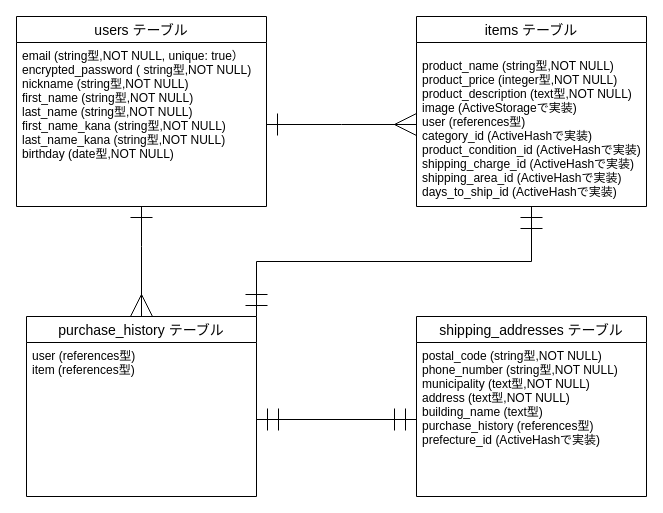
The draw.io diagram .dio in YamadaMasao-3d/furima-32042, before the edit. Source tidied: cells renumbered, new cells numbered last; positions are measured from the earlier drawing's top-left corner, leaving out a move shared by most shapes. Both pictures are drawn from the tidied source at 100%, with x=0, y=0 at pixel (16, 16).
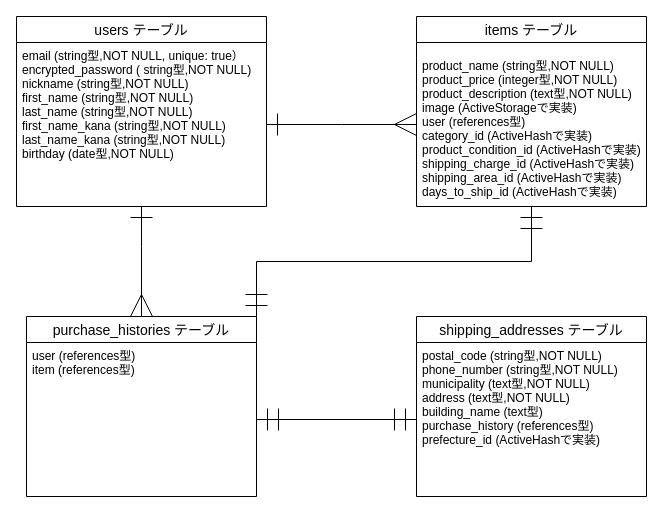
The same page after the edit.

Change to the diagram source:
```diff
@@
 <mxGraphModel>
   <root>
     <mxCell id="0" />
     <mxCell id="1" parent="0" />
     <mxCell id="2" style="edgeStyle=orthogonalEdgeStyle;rounded=0;jettySize=auto;html=1;exitX=0.5;exitY=1;exitDx=0;exitDy=0;entryX=0.5;entryY=0;entryDx=0;entryDy=0;startArrow=ERone;startFill=0;startSize=20;endArrow=ERmany;endFill=0;endSize=20;strokeWidth=1;" parent="1" edge="1" source="10" target="5">
       <mxGeometry relative="1" as="geometry">
         <Array as="points">
           <mxPoint x="125" y="230" />
           <mxPoint x="125" y="230" />
         </Array>
       </mxGeometry>
     </mxCell>
     <mxCell id="3" style="edgeStyle=orthogonalEdgeStyle;rounded=0;jettySize=auto;html=1;entryX=1;entryY=0;entryDx=0;entryDy=0;startArrow=ERmandOne;startFill=0;startSize=20;endArrow=ERmandOne;endFill=0;endSize=20;strokeWidth=1;exitX=0.5;exitY=1;exitDx=0;exitDy=0;" parent="1" edge="1" source="12" target="5">
       <mxGeometry relative="1" as="geometry" />
     </mxCell>
     <mxCell id="4" value="product_name (string型,NOT NULL)&#10;product_price (integer型,NOT NULL)&#10;product_description (text型,NOT NULL)&#10;image (ActiveStorageで実装)&#10;user (references型)&#10;category_id (ActiveHashで実装)&#10;product_condition_id (ActiveHashで実装)&#10;shipping_charge_id (ActiveHashで実装)&#10;shipping_area_id (ActiveHashで実装)&#10;days_to_ship_id (ActiveHashで実装)" style="text;strokeColor=none;fillColor=none;spacingLeft=4;spacingRight=4;overflow=hidden;fontSize=12;" parent="1" vertex="1">
       <mxGeometry x="400" y="36" width="230" height="154" as="geometry" />
     </mxCell>
-    <mxCell id="5" value="purchase_history テーブル" style="swimlane;fontStyle=0;horizontal=1;startSize=26;align=center;fontSize=14;" parent="1" vertex="1">
+    <mxCell id="5" value="purchase_histories テーブル" style="swimlane;fontStyle=0;horizontal=1;startSize=26;align=center;fontSize=14;" parent="1" vertex="1">
       <mxGeometry x="10" y="300" width="230" height="180" as="geometry" />
     </mxCell>
     <mxCell id="6" value="user (references型)&#10;item (references型)" style="text;strokeColor=none;fillColor=none;spacingLeft=4;spacingRight=4;overflow=hidden;points=[[0,0.5],[1,0.5]];portConstraint=eastwest;fontSize=12;" parent="5" vertex="1">
       <mxGeometry y="26" width="230" height="154" as="geometry" />
     </mxCell>
     <mxCell id="7" value="shipping_addresses テーブル" style="swimlane;fontStyle=0;horizontal=1;startSize=26;align=center;fontSize=14;" parent="1" vertex="1">
       <mxGeometry x="400" y="300" width="230" height="180" as="geometry" />
     </mxCell>
     <mxCell id="8" value="postal_code (string型,NOT NULL)&#10;phone_number (string型,NOT NULL)&#10;municipality (text型,NOT NULL)&#10;address (text型,NOT NULL)&#10;building_name (text型)&#10;purchase_history (references型)&#10;prefecture_id (ActiveHashで実装)" style="text;strokeColor=none;fillColor=none;spacingLeft=4;spacingRight=4;overflow=hidden;points=[[0,0.5],[1,0.5]];portConstraint=eastwest;fontSize=12;" parent="7" vertex="1">
       <mxGeometry y="26" width="230" height="154" as="geometry" />
     </mxCell>
     <mxCell id="9" style="edgeStyle=orthogonalEdgeStyle;rounded=0;jettySize=auto;html=1;exitX=1;exitY=0.5;exitDx=0;exitDy=0;entryX=0;entryY=0.5;entryDx=0;entryDy=0;startArrow=ERmandOne;startFill=0;startSize=20;endArrow=ERmandOne;endFill=0;endSize=20;strokeWidth=1;" parent="1" edge="1" source="6" target="8">
       <mxGeometry relative="1" as="geometry" />
     </mxCell>
     <mxCell id="10" value="users テーブル" style="swimlane;fontStyle=0;horizontal=1;startSize=26;align=center;fontSize=14;" parent="1" vertex="1">
       <mxGeometry width="250" height="190" as="geometry" />
     </mxCell>
     <mxCell id="11" value="email (string型,NOT NULL, unique: true）&#10;encrypted_password ( string型,NOT NULL)&#10;nickname (string型,NOT NULL)&#10;first_name (string型,NOT NULL)&#10;last_name (string型,NOT NULL)&#10;first_name_kana (string型,NOT NULL)&#10;last_name_kana (string型,NOT NULL)&#10;birthday (date型,NOT NULL)&#10;" style="text;strokeColor=none;fillColor=none;spacingLeft=4;spacingRight=4;overflow=hidden;points=[[0,0.5],[1,0.5]];portConstraint=eastwest;fontSize=12;" parent="10" vertex="1">
       <mxGeometry y="26" width="250" height="164" as="geometry" />
     </mxCell>
     <mxCell id="12" value="items テーブル" style="swimlane;fontStyle=0;horizontal=1;startSize=26;align=center;fontSize=14;" parent="1" vertex="1">
       <mxGeometry x="400" width="230" height="190" as="geometry" />
     </mxCell>
     <mxCell id="13" style="edgeStyle=orthogonalEdgeStyle;rounded=0;jettySize=auto;html=1;exitX=1;exitY=0.5;exitDx=0;exitDy=0;startArrow=ERone;startFill=0;endArrow=ERmany;endFill=0;endSize=20;startSize=20;" parent="1" edge="1" source="11">
       <mxGeometry relative="1" as="geometry">
         <mxPoint x="400" y="108" as="targetPoint" />
       </mxGeometry>
     </mxCell>
   </root>
 </mxGraphModel>
```
